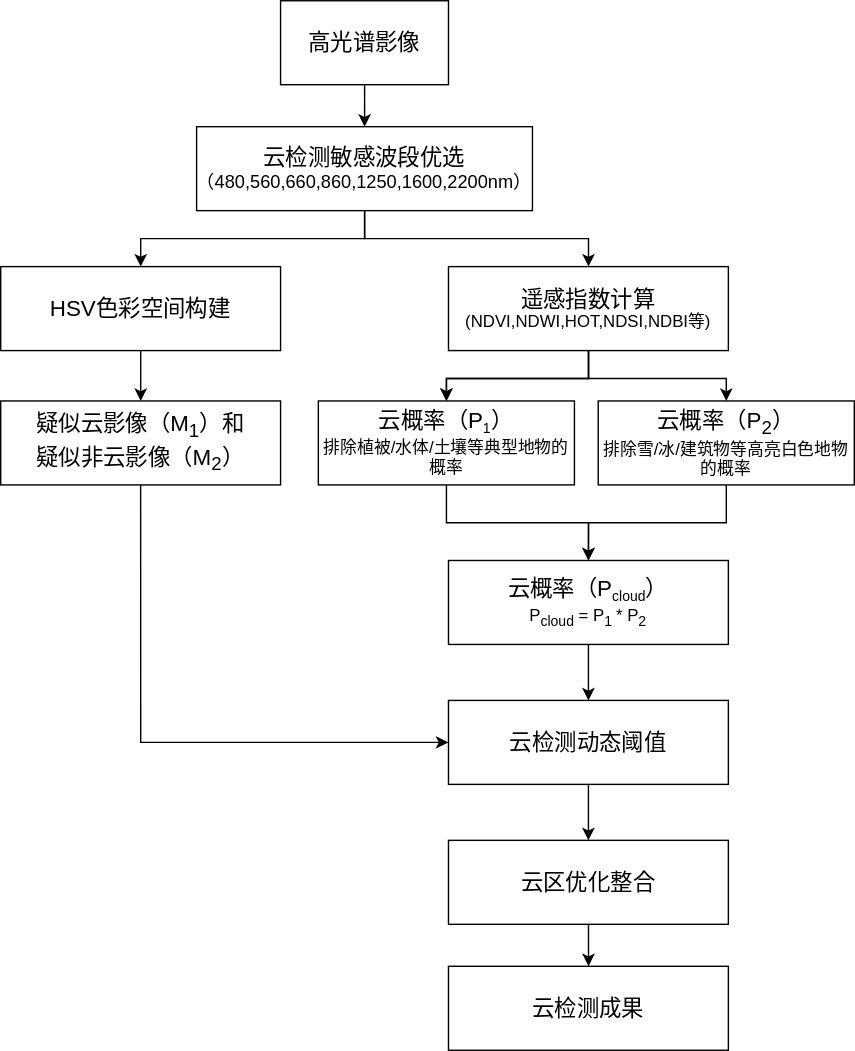
Above: 高光谱论文.svg in tianjg/tianjg.github.io (draw.io), before the change. Source tidied: cells renumbered, new cells last; positions are measured from the earlier drawing's top-left corner, leaving out a move shared by most shapes. The source it was exported from:
```xml
<mxGraphModel>
  <root>
    <mxCell id="0" />
    <mxCell id="1" parent="0" />
    <mxCell id="2" style="edgeStyle=orthogonalEdgeStyle;rounded=0;jettySize=auto;html=1;" parent="1" edge="1" source="3" target="6">
      <mxGeometry relative="1" as="geometry" />
    </mxCell>
    <mxCell id="3" value="&lt;font style=&quot;font-size: 16px&quot;&gt;高光谱影像&lt;/font&gt;" style="rounded=0;whiteSpace=wrap;html=1;" parent="1" vertex="1">
      <mxGeometry x="200" width="120" height="60" as="geometry" />
    </mxCell>
    <mxCell id="4" style="edgeStyle=orthogonalEdgeStyle;rounded=0;jettySize=auto;html=1;" parent="1" edge="1" source="6" target="8">
      <mxGeometry relative="1" as="geometry" />
    </mxCell>
    <mxCell id="5" style="edgeStyle=orthogonalEdgeStyle;rounded=0;jettySize=auto;html=1;" parent="1" edge="1" source="6" target="12">
      <mxGeometry relative="1" as="geometry" />
    </mxCell>
    <mxCell id="6" value="&lt;font style=&quot;font-size: 16px&quot;&gt;云检测敏感波段优选&lt;/font&gt;&lt;br style=&quot;box-sizing: content-box ; margin: 0px ; padding: 0px&quot;&gt;&lt;font style=&quot;font-size: 13px&quot;&gt;（480,560,660,860,1250,1600,2200nm）&lt;/font&gt;" style="whiteSpace=wrap;html=1;rounded=0;" parent="1" vertex="1">
      <mxGeometry x="140" y="90" width="240" height="60" as="geometry" />
    </mxCell>
    <mxCell id="7" style="edgeStyle=orthogonalEdgeStyle;rounded=0;jettySize=auto;html=1;" parent="1" edge="1" source="8" target="14">
      <mxGeometry relative="1" as="geometry" />
    </mxCell>
    <mxCell id="8" value="&lt;font style=&quot;font-size: 16px&quot;&gt;HSV色彩空间构建&lt;/font&gt;" style="whiteSpace=wrap;html=1;rounded=0;" parent="1" vertex="1">
      <mxGeometry y="190" width="200" height="60" as="geometry" />
    </mxCell>
    <mxCell id="9" style="edgeStyle=orthogonalEdgeStyle;rounded=0;jettySize=auto;html=1;" parent="1" edge="1" source="12" target="16">
      <mxGeometry relative="1" as="geometry" />
    </mxCell>
    <mxCell id="10" style="edgeStyle=orthogonalEdgeStyle;rounded=0;jettySize=auto;html=1;" parent="1" edge="1" source="12" target="16">
      <mxGeometry relative="1" as="geometry" />
    </mxCell>
    <mxCell id="11" style="edgeStyle=orthogonalEdgeStyle;rounded=0;jettySize=auto;html=1;entryX=0.5;entryY=0;entryDx=0;entryDy=0;" parent="1" edge="1" source="12" target="20">
      <mxGeometry relative="1" as="geometry" />
    </mxCell>
    <mxCell id="12" value="&lt;font style=&quot;font-size: 16px&quot;&gt;遥感指数计算&lt;/font&gt;&lt;br style=&quot;box-sizing: content-box ; margin: 0px ; padding: 0px&quot;&gt;(NDVI,NDWI,HOT,NDSI,NDBI等)" style="whiteSpace=wrap;html=1;rounded=0;" parent="1" vertex="1">
      <mxGeometry x="320" y="190" width="200" height="60" as="geometry" />
    </mxCell>
    <mxCell id="13" style="edgeStyle=orthogonalEdgeStyle;rounded=0;jettySize=auto;html=1;entryX=0;entryY=0.5;entryDx=0;entryDy=0;exitX=0.5;exitY=1;exitDx=0;exitDy=0;" parent="1" edge="1" source="14" target="22">
      <mxGeometry relative="1" as="geometry">
        <Array as="points">
          <mxPoint x="100" y="530" />
        </Array>
      </mxGeometry>
    </mxCell>
    <mxCell id="14" value="&lt;font style=&quot;font-size: 16px&quot;&gt;疑似云影像（M&lt;sub&gt;1&lt;/sub&gt;）和&lt;br&gt;疑似非云影像（M&lt;sub&gt;2&lt;/sub&gt;）&lt;/font&gt;" style="whiteSpace=wrap;html=1;rounded=0;" parent="1" vertex="1">
      <mxGeometry y="286" width="200" height="60" as="geometry" />
    </mxCell>
    <mxCell id="15" style="edgeStyle=orthogonalEdgeStyle;rounded=0;jettySize=auto;html=1;" parent="1" edge="1" source="16" target="18">
      <mxGeometry relative="1" as="geometry" />
    </mxCell>
    <mxCell id="16" value="&lt;font style=&quot;font-size: 16px&quot;&gt;云概率（P&lt;/font&gt;&lt;font style=&quot;font-size: 12px&quot;&gt;&lt;sub&gt;1&lt;/sub&gt;&lt;/font&gt;&lt;font style=&quot;font-size: 16px&quot;&gt;）&lt;/font&gt;&lt;br style=&quot;box-sizing: content-box ; margin: 0px ; padding: 0px&quot;&gt;排除植被/水体/土壤等典型地物的概率" style="whiteSpace=wrap;html=1;rounded=0;" parent="1" vertex="1">
      <mxGeometry x="227" y="286" width="183" height="60" as="geometry" />
    </mxCell>
    <mxCell id="17" style="edgeStyle=orthogonalEdgeStyle;rounded=0;jettySize=auto;html=1;" parent="1" edge="1" source="18" target="22">
      <mxGeometry relative="1" as="geometry" />
    </mxCell>
    <mxCell id="18" value="&lt;font style=&quot;font-size: 16px&quot;&gt;云概率（P&lt;/font&gt;&lt;font style=&quot;font-size: 12px&quot;&gt;&lt;sub&gt;cloud&lt;/sub&gt;&lt;/font&gt;&lt;font style=&quot;font-size: 16px&quot;&gt;）&lt;/font&gt;&lt;br style=&quot;box-sizing: content-box ; margin: 0px ; padding: 0px&quot;&gt;P&lt;sub&gt;cloud&lt;/sub&gt; = P&lt;sub&gt;1 &lt;/sub&gt;* P&lt;sub&gt;2&lt;/sub&gt;" style="whiteSpace=wrap;html=1;rounded=0;" parent="1" vertex="1">
      <mxGeometry x="320" y="400" width="200" height="60" as="geometry" />
    </mxCell>
    <mxCell id="19" style="edgeStyle=orthogonalEdgeStyle;rounded=0;jettySize=auto;html=1;entryX=0.5;entryY=0;entryDx=0;entryDy=0;" parent="1" edge="1" source="20" target="18">
      <mxGeometry relative="1" as="geometry" />
    </mxCell>
    <mxCell id="20" value="&lt;font style=&quot;font-size: 16px&quot;&gt;云概率（P&lt;sub&gt;2&lt;/sub&gt;）&lt;/font&gt;&lt;br style=&quot;box-sizing: content-box ; margin: 0px ; padding: 0px&quot;&gt;排除雪/冰/建筑物等高亮白色地物的概率" style="whiteSpace=wrap;html=1;rounded=0;" parent="1" vertex="1">
      <mxGeometry x="427" y="286" width="183" height="60" as="geometry" />
    </mxCell>
    <mxCell id="21" style="edgeStyle=orthogonalEdgeStyle;rounded=0;jettySize=auto;html=1;fontSize=16;" parent="1" edge="1" source="22" target="24">
      <mxGeometry relative="1" as="geometry" />
    </mxCell>
    <mxCell id="22" value="&lt;h3 style=&quot;margin-left: 0cm; text-indent: 0cm; font-size: 16px;&quot;&gt;&lt;span style=&quot;font-weight: normal; font-size: 16px;&quot;&gt;云检测动态阈值&lt;/span&gt;&lt;span lang=&quot;EN-US&quot; style=&quot;font-size: 16px;&quot;&gt;&lt;/span&gt;&lt;/h3&gt;" style="whiteSpace=wrap;html=1;rounded=0;fontSize=16;fontStyle=0;" parent="1" vertex="1">
      <mxGeometry x="320" y="500" width="200" height="60" as="geometry" />
    </mxCell>
    <mxCell id="23" style="edgeStyle=orthogonalEdgeStyle;rounded=0;jettySize=auto;html=1;fontSize=16;" parent="1" edge="1" source="24" target="25">
      <mxGeometry relative="1" as="geometry" />
    </mxCell>
    <mxCell id="24" value="&lt;h3 style=&quot;margin-left: 0cm ; text-indent: 0cm&quot;&gt;&lt;span style=&quot;font-weight: normal&quot;&gt;&lt;font style=&quot;font-size: 16px&quot;&gt;云区优化整合&lt;/font&gt;&lt;/span&gt;&lt;span lang=&quot;EN-US&quot;&gt;&lt;/span&gt;&lt;/h3&gt;" style="whiteSpace=wrap;html=1;rounded=0;fontSize=16;fontStyle=0;" parent="1" vertex="1">
      <mxGeometry x="320" y="600" width="200" height="60" as="geometry" />
    </mxCell>
    <mxCell id="25" value="&lt;font style=&quot;font-size: 16px&quot;&gt;云检测成果&lt;/font&gt;" style="whiteSpace=wrap;html=1;rounded=0;fontSize=16;fontStyle=0;" parent="1" vertex="1">
      <mxGeometry x="320" y="690" width="200" height="60" as="geometry" />
    </mxCell>
  </root>
</mxGraphModel>
```
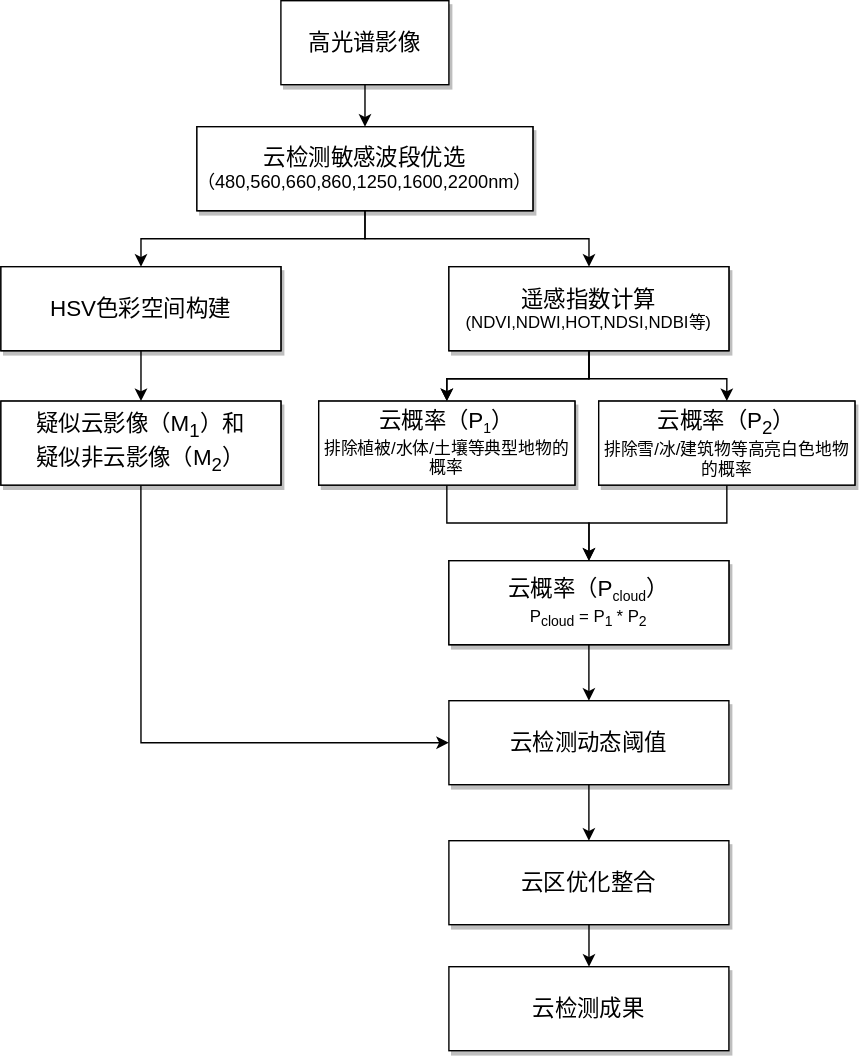
After the change.

Commit message:
更新高光谱论文.svg

What changed in the source:
```diff
@@ -5,7 +5,7 @@
     <mxCell id="2" style="edgeStyle=orthogonalEdgeStyle;rounded=0;jettySize=auto;html=1;" parent="1" edge="1" source="3" target="6">
       <mxGeometry relative="1" as="geometry" />
     </mxCell>
-    <mxCell id="3" value="&lt;font style=&quot;font-size: 16px&quot;&gt;高光谱影像&lt;/font&gt;" style="rounded=0;whiteSpace=wrap;html=1;" parent="1" vertex="1">
+    <mxCell id="3" value="&lt;font style=&quot;font-size: 16px&quot;&gt;高光谱影像&lt;/font&gt;" style="rounded=0;whiteSpace=wrap;html=1;shadow=1;glass=0;sketch=0;" parent="1" vertex="1">
       <mxGeometry x="200" width="120" height="60" as="geometry" />
     </mxCell>
     <mxCell id="4" style="edgeStyle=orthogonalEdgeStyle;rounded=0;jettySize=auto;html=1;" parent="1" edge="1" source="6" target="8">
@@ -66,17 +66,38 @@
     <mxCell id="21" style="edgeStyle=orthogonalEdgeStyle;rounded=0;jettySize=auto;html=1;fontSize=16;" parent="1" edge="1" source="22" target="24">
       <mxGeometry relative="1" as="geometry" />
     </mxCell>
-    <mxCell id="22" value="&lt;h3 style=&quot;margin-left: 0cm; text-indent: 0cm; font-size: 16px;&quot;&gt;&lt;span style=&quot;font-weight: normal; font-size: 16px;&quot;&gt;云检测动态阈值&lt;/span&gt;&lt;span lang=&quot;EN-US&quot; style=&quot;font-size: 16px;&quot;&gt;&lt;/span&gt;&lt;/h3&gt;" style="whiteSpace=wrap;html=1;rounded=0;fontSize=16;fontStyle=0;" parent="1" vertex="1">
+    <mxCell id="22" value="&lt;h3 style=&quot;margin-left: 0cm; text-indent: 0cm; font-size: 16px;&quot;&gt;&lt;span style=&quot;font-weight: normal; font-size: 16px;&quot;&gt;云检测动态阈值&lt;/span&gt;&lt;span lang=&quot;EN-US&quot; style=&quot;font-size: 16px;&quot;&gt;&lt;/span&gt;&lt;/h3&gt;" style="whiteSpace=wrap;html=1;rounded=0;fontSize=16;fontStyle=0;shadow=1;" parent="1" vertex="1">
       <mxGeometry x="320" y="500" width="200" height="60" as="geometry" />
     </mxCell>
     <mxCell id="23" style="edgeStyle=orthogonalEdgeStyle;rounded=0;jettySize=auto;html=1;fontSize=16;" parent="1" edge="1" source="24" target="25">
       <mxGeometry relative="1" as="geometry" />
     </mxCell>
-    <mxCell id="24" value="&lt;h3 style=&quot;margin-left: 0cm ; text-indent: 0cm&quot;&gt;&lt;span style=&quot;font-weight: normal&quot;&gt;&lt;font style=&quot;font-size: 16px&quot;&gt;云区优化整合&lt;/font&gt;&lt;/span&gt;&lt;span lang=&quot;EN-US&quot;&gt;&lt;/span&gt;&lt;/h3&gt;" style="whiteSpace=wrap;html=1;rounded=0;fontSize=16;fontStyle=0;" parent="1" vertex="1">
+    <mxCell id="24" value="&lt;h3 style=&quot;margin-left: 0cm ; text-indent: 0cm&quot;&gt;&lt;span style=&quot;font-weight: normal&quot;&gt;&lt;font style=&quot;font-size: 16px&quot;&gt;云区优化整合&lt;/font&gt;&lt;/span&gt;&lt;span lang=&quot;EN-US&quot;&gt;&lt;/span&gt;&lt;/h3&gt;" style="whiteSpace=wrap;html=1;rounded=0;fontSize=16;fontStyle=0;shadow=1;" parent="1" vertex="1">
       <mxGeometry x="320" y="600" width="200" height="60" as="geometry" />
     </mxCell>
-    <mxCell id="25" value="&lt;font style=&quot;font-size: 16px&quot;&gt;云检测成果&lt;/font&gt;" style="whiteSpace=wrap;html=1;rounded=0;fontSize=16;fontStyle=0;" parent="1" vertex="1">
+    <mxCell id="25" value="&lt;font style=&quot;font-size: 16px&quot;&gt;云检测成果&lt;/font&gt;" style="whiteSpace=wrap;html=1;rounded=0;fontSize=16;fontStyle=0;shadow=1;" parent="1" vertex="1">
       <mxGeometry x="320" y="690" width="200" height="60" as="geometry" />
     </mxCell>
+    <mxCell id="26" value="&lt;font style=&quot;font-size: 16px&quot;&gt;云检测敏感波段优选&lt;/font&gt;&lt;br style=&quot;box-sizing: content-box ; margin: 0px ; padding: 0px&quot;&gt;&lt;font style=&quot;font-size: 13px&quot;&gt;（480,560,660,860,1250,1600,2200nm）&lt;/font&gt;" style="whiteSpace=wrap;html=1;rounded=0;shadow=1;" parent="1" vertex="1">
+      <mxGeometry x="140" y="90" width="240" height="60" as="geometry" />
+    </mxCell>
+    <mxCell id="27" value="&lt;font style=&quot;font-size: 16px&quot;&gt;HSV色彩空间构建&lt;/font&gt;" style="whiteSpace=wrap;html=1;rounded=0;shadow=1;" parent="1" vertex="1">
+      <mxGeometry y="190" width="200" height="60" as="geometry" />
+    </mxCell>
+    <mxCell id="28" value="&lt;font style=&quot;font-size: 16px&quot;&gt;疑似云影像（M&lt;sub&gt;1&lt;/sub&gt;）和&lt;br&gt;疑似非云影像（M&lt;sub&gt;2&lt;/sub&gt;）&lt;/font&gt;" style="whiteSpace=wrap;html=1;rounded=0;shadow=1;" parent="1" vertex="1">
+      <mxGeometry y="286" width="200" height="60" as="geometry" />
+    </mxCell>
+    <mxCell id="29" value="&lt;font style=&quot;font-size: 16px&quot;&gt;云概率（P&lt;/font&gt;&lt;font style=&quot;font-size: 12px&quot;&gt;&lt;sub&gt;1&lt;/sub&gt;&lt;/font&gt;&lt;font style=&quot;font-size: 16px&quot;&gt;）&lt;/font&gt;&lt;br style=&quot;box-sizing: content-box ; margin: 0px ; padding: 0px&quot;&gt;排除植被/水体/土壤等典型地物的概率" style="whiteSpace=wrap;html=1;rounded=0;shadow=1;" parent="1" vertex="1">
+      <mxGeometry x="227" y="286" width="183" height="60" as="geometry" />
+    </mxCell>
+    <mxCell id="30" value="&lt;font style=&quot;font-size: 16px&quot;&gt;遥感指数计算&lt;/font&gt;&lt;br style=&quot;box-sizing: content-box ; margin: 0px ; padding: 0px&quot;&gt;(NDVI,NDWI,HOT,NDSI,NDBI等)" style="whiteSpace=wrap;html=1;rounded=0;shadow=1;" parent="1" vertex="1">
+      <mxGeometry x="320" y="190" width="200" height="60" as="geometry" />
+    </mxCell>
+    <mxCell id="31" value="&lt;font style=&quot;font-size: 16px&quot;&gt;云概率（P&lt;sub&gt;2&lt;/sub&gt;）&lt;/font&gt;&lt;br style=&quot;box-sizing: content-box ; margin: 0px ; padding: 0px&quot;&gt;排除雪/冰/建筑物等高亮白色地物的概率" style="whiteSpace=wrap;html=1;rounded=0;shadow=1;" parent="1" vertex="1">
+      <mxGeometry x="427" y="286" width="183" height="60" as="geometry" />
+    </mxCell>
+    <mxCell id="32" value="&lt;font style=&quot;font-size: 16px&quot;&gt;云概率（P&lt;/font&gt;&lt;font style=&quot;font-size: 12px&quot;&gt;&lt;sub&gt;cloud&lt;/sub&gt;&lt;/font&gt;&lt;font style=&quot;font-size: 16px&quot;&gt;）&lt;/font&gt;&lt;br style=&quot;box-sizing: content-box ; margin: 0px ; padding: 0px&quot;&gt;P&lt;sub&gt;cloud&lt;/sub&gt; = P&lt;sub&gt;1 &lt;/sub&gt;* P&lt;sub&gt;2&lt;/sub&gt;" style="whiteSpace=wrap;html=1;rounded=0;shadow=1;" parent="1" vertex="1">
+      <mxGeometry x="320" y="400" width="200" height="60" as="geometry" />
+    </mxCell>
   </root>
 </mxGraphModel>
```
